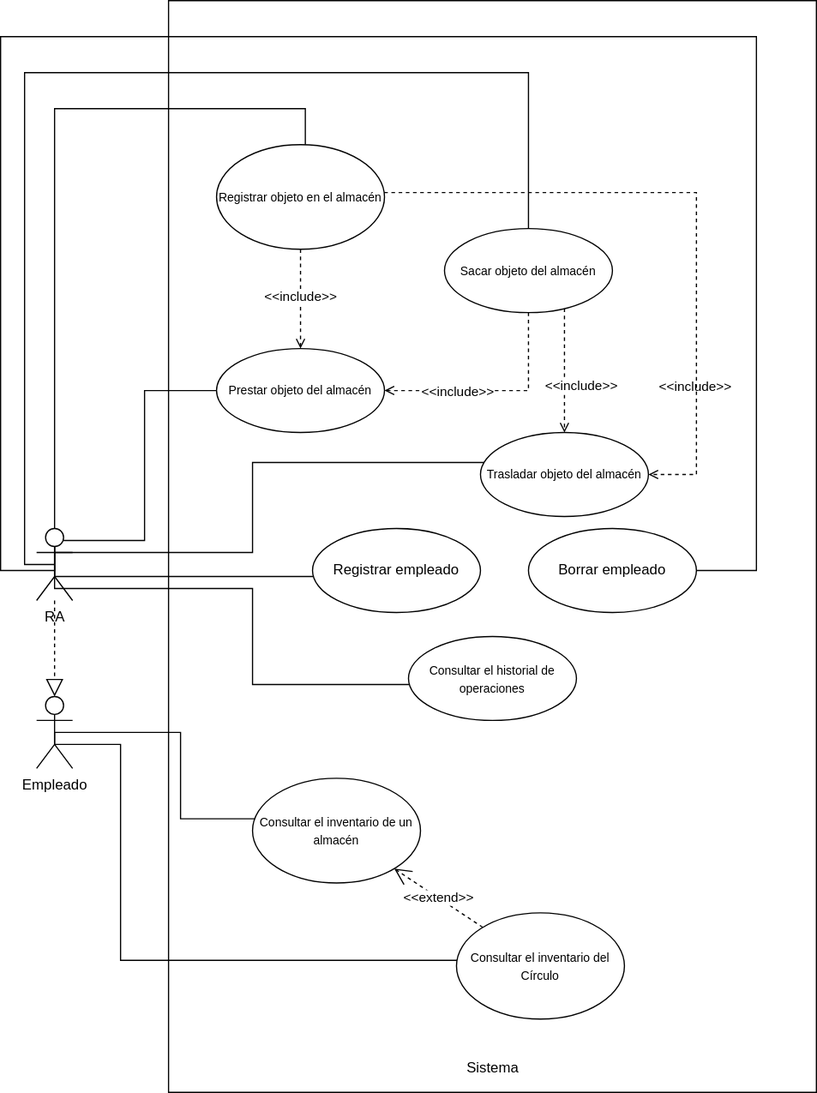
Emilio-115/Proyecto-IR-G2-12 keeps this draw.io diagram as assets/Diagrama de Casos de Uso.svg. Above is the earlier version. Source tidied: cells renumbered, new cells last; positions are measured from the earlier drawing's top-left corner, leaving out a move shared by most shapes.
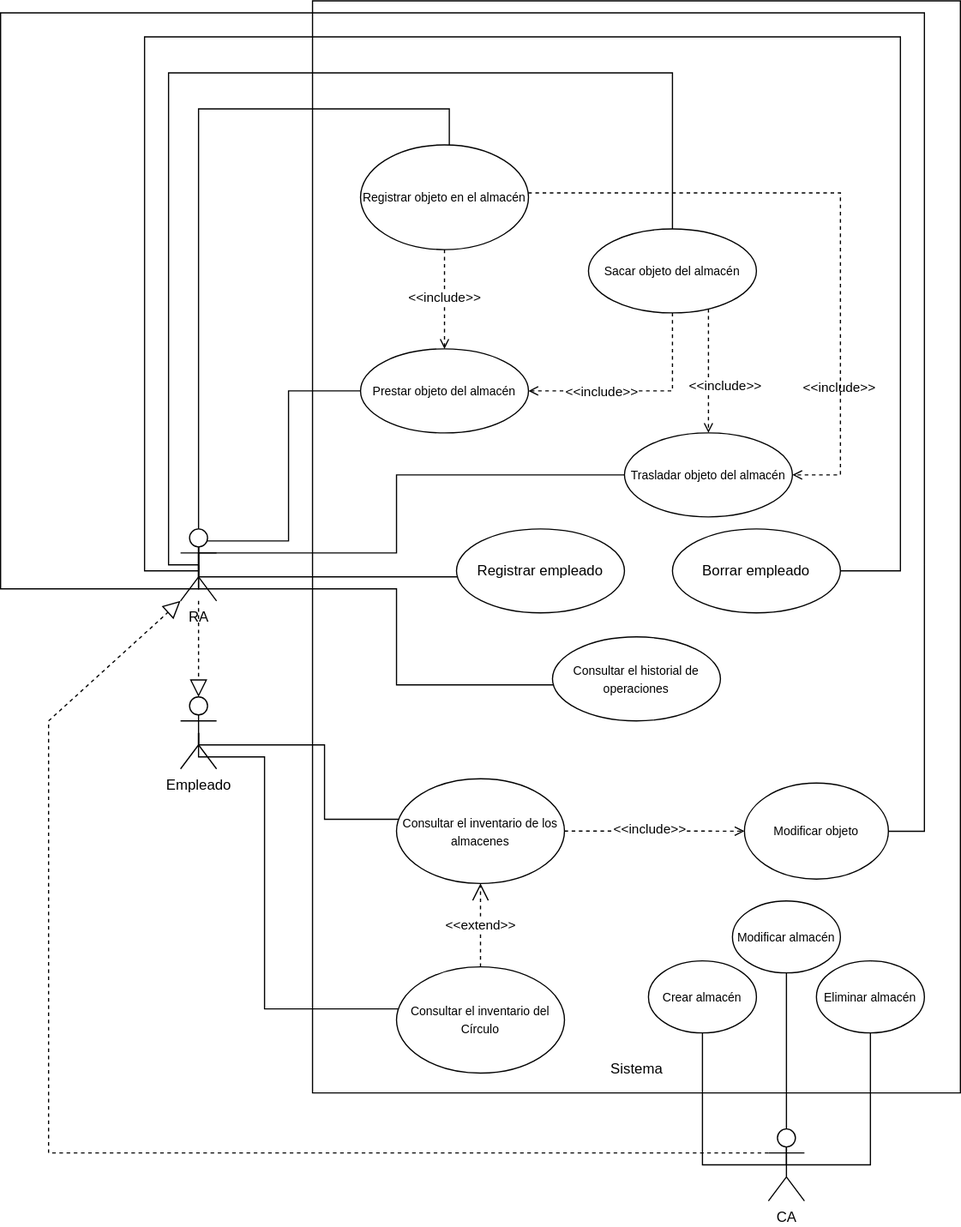
After the change.

Commit message:
Añadir casos de uso al diagram

Diff of the diagram source:
```diff
@@ -82,10 +82,28 @@
     <mxCell id="21" value="&lt;font style=&quot;font-size: 10px;&quot;&gt;Consultar el historial de operaciones&lt;/font&gt;" style="ellipse;whiteSpace=wrap;html=1;" parent="4" vertex="1">
       <mxGeometry x="200" y="530" width="140" height="70" as="geometry" />
     </mxCell>
+    <mxCell id="37" value="&lt;font style=&quot;font-size: 10px;&quot;&gt;Crear almacén&lt;/font&gt;" style="ellipse;whiteSpace=wrap;html=1;" parent="4" vertex="1">
+      <mxGeometry x="280" y="800" width="90" height="60" as="geometry" />
+    </mxCell>
-    <mxCell id="22" value="&lt;font style=&quot;font-size: 10px;&quot;&gt;Consultar el inventario del Círculo&lt;/font&gt;" style="ellipse;whiteSpace=wrap;html=1;" parent="3" vertex="1">
-      <mxGeometry x="240" y="760.4" width="140" height="88.5" as="geometry" />
+    <mxCell id="22" value="&lt;font style=&quot;font-size: 10px;&quot;&gt;Consultar el inventario del Círculo&lt;/font&gt;" style="ellipse;whiteSpace=wrap;html=1;" parent="4" vertex="1">
+      <mxGeometry x="70" y="805" width="140" height="88.5" as="geometry" />
     </mxCell>
+    <mxCell id="38" value="&lt;font style=&quot;font-size: 10px;&quot;&gt;Eliminar almacén&lt;/font&gt;" style="ellipse;whiteSpace=wrap;html=1;" parent="4" vertex="1">
+      <mxGeometry x="420" y="800" width="90" height="60" as="geometry" />
+    </mxCell>
+    <mxCell id="39" value="&lt;font style=&quot;font-size: 10px;&quot;&gt;Modificar almacén&lt;/font&gt;" style="ellipse;whiteSpace=wrap;html=1;" parent="4" vertex="1">
+      <mxGeometry x="350" y="750" width="90" height="60" as="geometry" />
+    </mxCell>
+    <mxCell id="40" value="&lt;font style=&quot;font-size: 10px;&quot;&gt;Modificar objeto&lt;/font&gt;" style="ellipse;whiteSpace=wrap;html=1;" parent="4" vertex="1">
+      <mxGeometry x="360" y="651.9" width="120" height="80" as="geometry" />
+    </mxCell>
+    <mxCell id="41" style="edgeStyle=orthogonalEdgeStyle;rounded=0;jettySize=auto;html=1;exitX=1;exitY=0.5;exitDx=0;exitDy=0;dashed=1;endArrow=open;endFill=0;" parent="3" edge="1" source="23" target="40">
+      <mxGeometry relative="1" as="geometry" />
+    </mxCell>
+    <mxCell id="42" value="&amp;lt;&amp;lt;include&amp;gt;&amp;gt;" style="edgeLabel;html=1;align=center;verticalAlign=middle;" parent="41" vertex="1">
+      <mxGeometry x="-0.05" y="2" relative="1" as="geometry" />
+    </mxCell>
-    <mxCell id="23" value="&lt;font style=&quot;font-size: 10px;&quot;&gt;Consultar el inventario de un almacén&lt;/font&gt;" style="ellipse;whiteSpace=wrap;html=1;" parent="3" vertex="1">
+    <mxCell id="23" value="&lt;font style=&quot;font-size: 10px;&quot;&gt;Consultar el inventario de los almacenes&lt;/font&gt;" style="ellipse;whiteSpace=wrap;html=1;" parent="3" vertex="1">
       <mxGeometry x="70" y="648.2" width="140" height="87.3" as="geometry" />
     </mxCell>
     <mxCell id="24" value="&amp;lt;&amp;lt;extend&amp;gt;&amp;gt;" style="endArrow=open;endSize=12;dashed=1;html=1;rounded=0;" parent="3" edge="1" source="22" target="23">
@@ -122,7 +140,7 @@
         <Array as="points">
           <mxPoint x="45" y="460" />
           <mxPoint x="210" y="460" />
-          <mxPoint x="210" y="385" />
+          <mxPoint x="210" y="395" />
         </Array>
       </mxGeometry>
     </mxCell>
@@ -153,22 +171,34 @@
         </Array>
       </mxGeometry>
     </mxCell>
+    <mxCell id="43" style="edgeStyle=orthogonalEdgeStyle;rounded=0;jettySize=auto;html=1;exitX=0.5;exitY=0.5;exitDx=0;exitDy=0;exitPerimeter=0;endArrow=none;endFill=0;" parent="1" edge="1" source="32" target="40">
+      <mxGeometry relative="1" as="geometry">
+        <Array as="points">
+          <mxPoint x="45" y="490" />
+          <mxPoint x="-120" y="490" />
+          <mxPoint x="-120" y="10" />
+          <mxPoint x="650" y="10" />
+          <mxPoint x="650" y="692" />
+        </Array>
+      </mxGeometry>
+    </mxCell>
     <mxCell id="32" value="RA" style="shape=umlActor;verticalLabelPosition=bottom;verticalAlign=top;html=1;outlineConnect=0;" parent="1" vertex="1">
       <mxGeometry x="30" y="440" width="30" height="60" as="geometry" />
     </mxCell>
     <mxCell id="33" style="edgeStyle=orthogonalEdgeStyle;rounded=0;jettySize=auto;html=1;exitX=0.5;exitY=0.5;exitDx=0;exitDy=0;exitPerimeter=0;endArrow=none;endFill=0;" parent="1" edge="1" source="35" target="22">
       <mxGeometry relative="1" as="geometry">
         <Array as="points">
-          <mxPoint x="45" y="620" />
-          <mxPoint x="100" y="620" />
-          <mxPoint x="100" y="800" />
+          <mxPoint x="45" y="630" />
+          <mxPoint x="100" y="630" />
+          <mxPoint x="100" y="840" />
         </Array>
       </mxGeometry>
     </mxCell>
     <mxCell id="34" style="edgeStyle=orthogonalEdgeStyle;rounded=0;jettySize=auto;html=1;exitX=0.5;exitY=0.5;exitDx=0;exitDy=0;exitPerimeter=0;strokeColor=default;endArrow=none;endFill=0;" parent="1" edge="1" source="35" target="23">
       <mxGeometry relative="1" as="geometry">
         <Array as="points">
-          <mxPoint x="150" y="610" />
+          <mxPoint x="45" y="620" />
+          <mxPoint x="150" y="620" />
           <mxPoint x="150" y="682" />
         </Array>
       </mxGeometry>
@@ -179,5 +209,25 @@
     <mxCell id="36" style="endArrow=block;dashed=1;endFill=0;endSize=12;html=1;rounded=0;" parent="1" edge="1" source="32" target="35">
       <mxGeometry relative="1" as="geometry" />
     </mxCell>
+    <mxCell id="44" style="edgeStyle=orthogonalEdgeStyle;rounded=0;jettySize=auto;html=1;exitX=0.5;exitY=0.5;exitDx=0;exitDy=0;exitPerimeter=0;entryX=0.5;entryY=1;entryDx=0;entryDy=0;endArrow=none;endFill=0;" parent="1" edge="1" source="47" target="37">
+      <mxGeometry relative="1" as="geometry" />
+    </mxCell>
+    <mxCell id="45" style="edgeStyle=orthogonalEdgeStyle;rounded=0;jettySize=auto;html=1;exitX=0.5;exitY=0.5;exitDx=0;exitDy=0;exitPerimeter=0;entryX=0.5;entryY=1;entryDx=0;entryDy=0;endArrow=none;endFill=0;" parent="1" edge="1" source="47" target="39">
+      <mxGeometry relative="1" as="geometry" />
+    </mxCell>
+    <mxCell id="46" style="edgeStyle=orthogonalEdgeStyle;rounded=0;jettySize=auto;html=1;exitX=0.5;exitY=0.5;exitDx=0;exitDy=0;exitPerimeter=0;entryX=0.5;entryY=1;entryDx=0;entryDy=0;endArrow=none;endFill=0;" parent="1" edge="1" source="47" target="38">
+      <mxGeometry relative="1" as="geometry" />
+    </mxCell>
+    <mxCell id="47" value="CA" style="shape=umlActor;verticalLabelPosition=bottom;verticalAlign=top;html=1;outlineConnect=0;" parent="1" vertex="1">
+      <mxGeometry x="520" y="940" width="30" height="60" as="geometry" />
+    </mxCell>
+    <mxCell id="48" style="endArrow=block;dashed=1;endFill=0;endSize=12;html=1;rounded=0;exitX=0;exitY=0.3333333333333333;exitDx=0;exitDy=0;exitPerimeter=0;entryX=0;entryY=1;entryDx=0;entryDy=0;entryPerimeter=0;" parent="1" edge="1" source="47" target="32">
+      <mxGeometry relative="1" as="geometry">
+        <Array as="points">
+          <mxPoint x="-80" y="960" />
+          <mxPoint x="-80" y="600" />
+        </Array>
+      </mxGeometry>
+    </mxCell>
   </root>
 </mxGraphModel>
```
